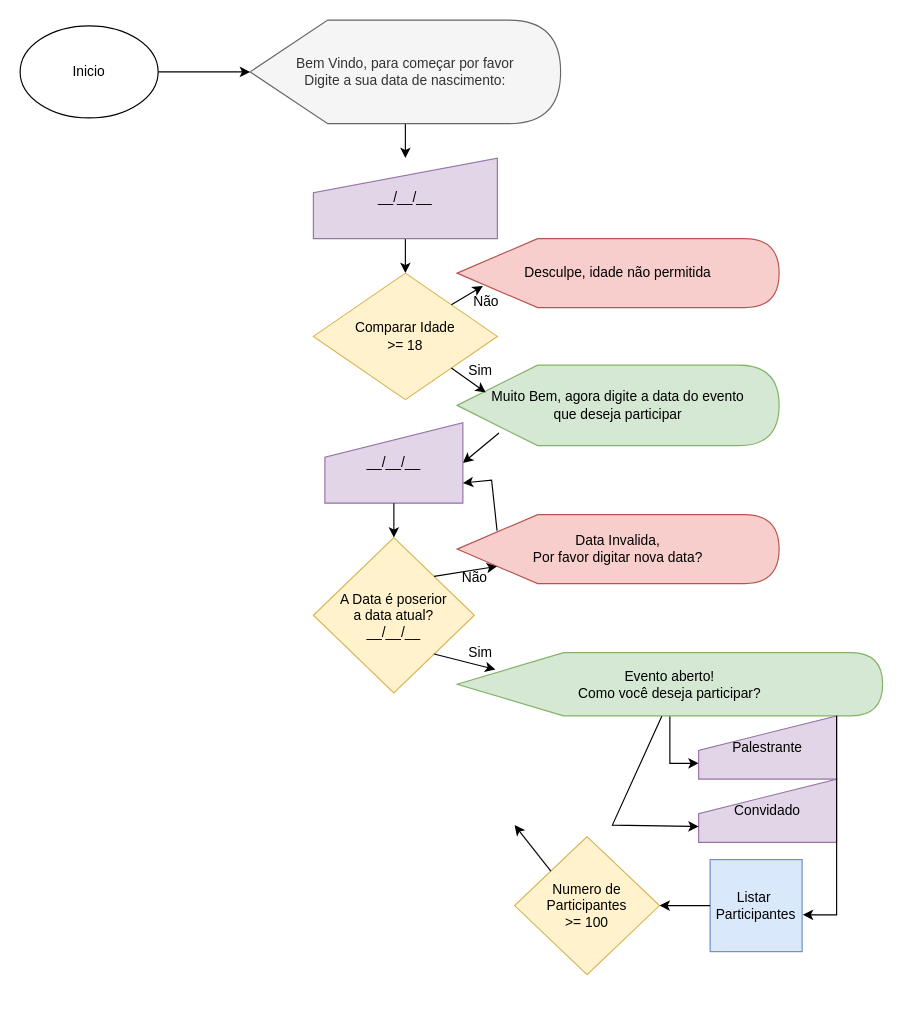
The draw.io diagram Untitled Diagram.drawio in CaioLSDev/Fluxograma, before the edit. Source tidied: cells renumbered, new cells numbered last; positions are measured from the earlier drawing's top-left corner, leaving out a move shared by most shapes. Both pictures are drawn from the tidied source at 115%, with x=0, y=0 at pixel (20, 20).
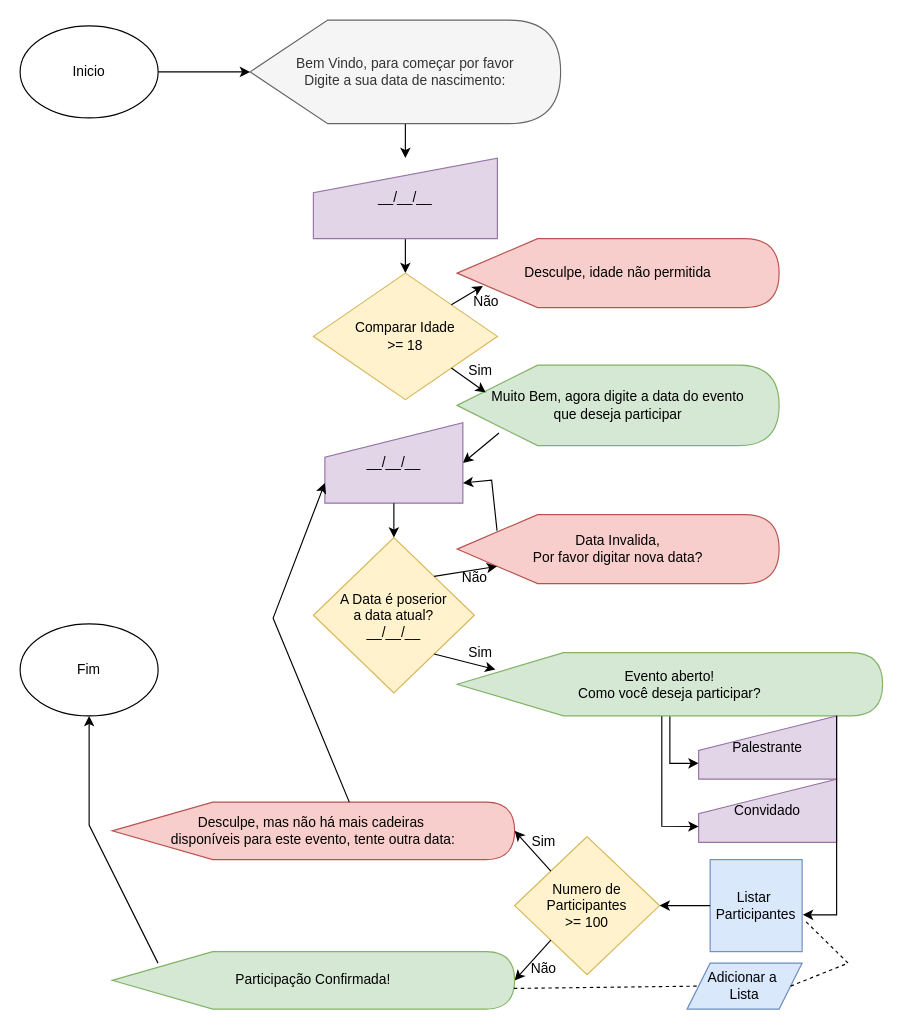
After the change.

Unchanged cells that the change refers to:
```xml
<mxCell id="6" value="__/__/__" style="shape=manualInput;whiteSpace=wrap;html=1;fillColor=#e1d5e7;strokeColor=#9673a6;" parent="1" vertex="1">
  <mxGeometry x="265" y="350" width="120" height="70" as="geometry" />
</mxCell>
<mxCell id="9" value="Evento aberto!&lt;br&gt;Como você deseja participar?" style="shape=display;whiteSpace=wrap;html=1;fillColor=#d5e8d4;strokeColor=#82b366;" parent="1" vertex="1">
  <mxGeometry x="380" y="550" width="370" height="55" as="geometry" />
</mxCell>
<mxCell id="27" value="Listar&amp;nbsp;&lt;br&gt;Participantes" style="whiteSpace=wrap;html=1;fillColor=#dae8fc;strokeColor=#6c8ebf;" parent="1" vertex="1">
  <mxGeometry x="600" y="730" width="80" height="80" as="geometry" />
</mxCell>
<mxCell id="28" value="Numero de Participantes&lt;br&gt;&amp;gt;= 100" style="rhombus;whiteSpace=wrap;html=1;fillColor=#fff2cc;strokeColor=#d6b656;" parent="1" vertex="1">
  <mxGeometry x="430" y="710" width="126" height="120" as="geometry" />
</mxCell>
<mxCell id="31" value="Convidado" style="shape=manualInput;whiteSpace=wrap;html=1;fillColor=#e1d5e7;strokeColor=#9673a6;" parent="1" vertex="1">
  <mxGeometry x="590" y="660" width="120" height="55" as="geometry" />
</mxCell>
```

The edit, as a diff of the source:
```diff
@@
     <mxCell id="32" style="endArrow=classic;html=1;rounded=0;exitX=0.481;exitY=1.006;exitDx=0;exitDy=0;exitPerimeter=0;entryX=0;entryY=0.75;entryDx=0;entryDy=0;" parent="1" edge="1" source="9" target="31">
       <mxGeometry relative="1" as="geometry">
         <Array as="points">
-          <mxPoint x="515" y="700" />
+          <mxPoint x="558" y="701" />
         </Array>
       </mxGeometry>
     </mxCell>
@@
-    <mxCell id="34" style="endArrow=classic;html=1;rounded=0;exitX=0;exitY=0;exitDx=0;exitDy=0;" parent="1" edge="1" source="28">
-      <mxGeometry relative="1" as="geometry">
-        <mxPoint x="430" y="700" as="targetPoint" />
-      </mxGeometry>
+    <mxCell id="34" style="endArrow=classic;html=1;rounded=0;exitX=0;exitY=1;exitDx=0;exitDy=0;entryX=1;entryY=0.5;entryDx=0;entryDy=0;entryPerimeter=0;" parent="1" edge="1" source="28" target="35">
+      <mxGeometry relative="1" as="geometry" />
     </mxCell>
+    <mxCell id="35" value="Participação Confirmada!&lt;br&gt;" style="shape=display;whiteSpace=wrap;html=1;fillColor=#d5e8d4;strokeColor=#82b366;" parent="1" vertex="1">
+      <mxGeometry x="80" y="810" width="350" height="50" as="geometry" />
+    </mxCell>
+    <mxCell id="36" value="Desculpe, mas não há mais cadeiras&amp;nbsp;&lt;br&gt;disponíveis para este evento,&amp;nbsp;tente outra data:" style="shape=display;whiteSpace=wrap;html=1;fillColor=#f8cecc;strokeColor=#b85450;" parent="1" vertex="1">
+      <mxGeometry x="80" y="680" width="350" height="50" as="geometry" />
+    </mxCell>
+    <mxCell id="37" style="endArrow=classic;html=1;rounded=0;exitX=0;exitY=0;exitDx=0;exitDy=0;entryX=1;entryY=0.5;entryDx=0;entryDy=0;entryPerimeter=0;" parent="1" edge="1" source="28" target="36">
+      <mxGeometry relative="1" as="geometry" />
+    </mxCell>
+    <mxCell id="38" value="Sim" style="text;html=1;align=center;verticalAlign=middle;strokeColor=none;fillColor=none;" parent="1" vertex="1">
+      <mxGeometry x="435" y="700" width="40" height="30" as="geometry" />
+    </mxCell>
+    <mxCell id="39" value="Não" style="text;html=1;align=center;verticalAlign=middle;points=[];strokeColor=none;fillColor=none;" parent="1" vertex="1">
+      <mxGeometry x="430" y="810" width="50" height="30" as="geometry" />
+    </mxCell>
+    <mxCell id="40" value="Fim" style="ellipse;whiteSpace=wrap;html=1;" parent="1" vertex="1">
+      <mxGeometry y="525" width="120" height="80" as="geometry" />
+    </mxCell>
+    <mxCell id="41" style="endArrow=classic;html=1;rounded=0;exitX=0.114;exitY=0.2;exitDx=0;exitDy=0;exitPerimeter=0;entryX=0.5;entryY=1;entryDx=0;entryDy=0;" parent="1" edge="1" source="35" target="40">
+      <mxGeometry relative="1" as="geometry">
+        <Array as="points">
+          <mxPoint x="60" y="700" />
+        </Array>
+      </mxGeometry>
+    </mxCell>
+    <mxCell id="42" style="endArrow=classic;html=1;rounded=0;exitX=0;exitY=0;exitDx=206.25;exitDy=0;exitPerimeter=0;entryX=0;entryY=0.75;entryDx=0;entryDy=0;" parent="1" edge="1" source="36" target="6">
+      <mxGeometry relative="1" as="geometry">
+        <Array as="points">
+          <mxPoint x="220" y="520" />
+        </Array>
+      </mxGeometry>
+    </mxCell>
+    <mxCell id="43" value="Adicionar a&amp;nbsp;&lt;br&gt;Lista" style="shape=parallelogram;perimeter=parallelogramPerimeter;whiteSpace=wrap;html=1;fixedSize=1;fillColor=#dae8fc;strokeColor=#6c8ebf;" parent="1" vertex="1">
+      <mxGeometry x="580" y="820" width="100" height="40" as="geometry" />
+    </mxCell>
+    <mxCell id="44" style="endArrow=none;dashed=1;html=1;rounded=0;exitX=-0.013;exitY=1.067;exitDx=0;exitDy=0;exitPerimeter=0;entryX=0;entryY=0.5;entryDx=0;entryDy=0;" parent="1" edge="1" source="39" target="43">
+      <mxGeometry relative="1" as="geometry" />
+    </mxCell>
+    <mxCell id="45" style="endArrow=none;dashed=1;html=1;rounded=0;exitX=1;exitY=0.5;exitDx=0;exitDy=0;entryX=1.025;entryY=0.658;entryDx=0;entryDy=0;entryPerimeter=0;" parent="1" edge="1" source="43" target="27">
+      <mxGeometry relative="1" as="geometry">
+        <Array as="points">
+          <mxPoint x="720" y="820" />
+        </Array>
+      </mxGeometry>
+    </mxCell>
```
